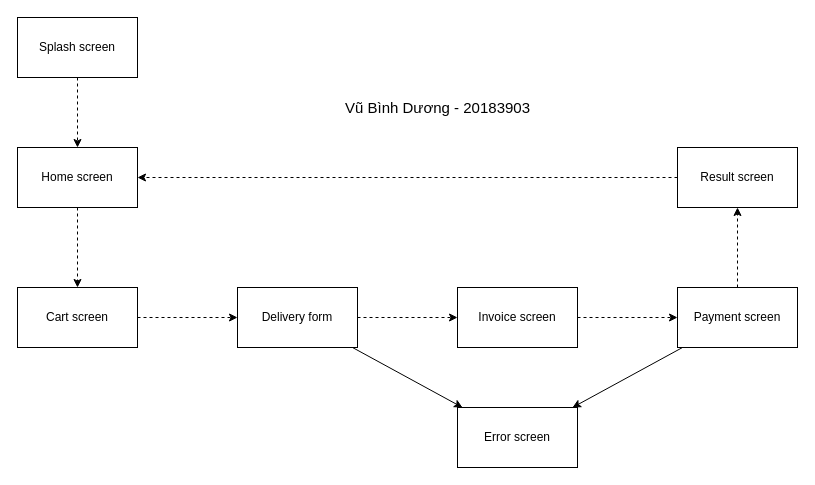
The draw.io diagram Report/B2/Sơ đồ chuyển màn hình.drawio in letterforyou26/AIMS_Project, before the edit. Source tidied: cells renumbered, new cells numbered last; positions are measured from the earlier drawing's top-left corner, leaving out a move shared by most shapes. Both pictures are drawn from the tidied source at 100%, with x=0, y=0 at pixel (17, 17).
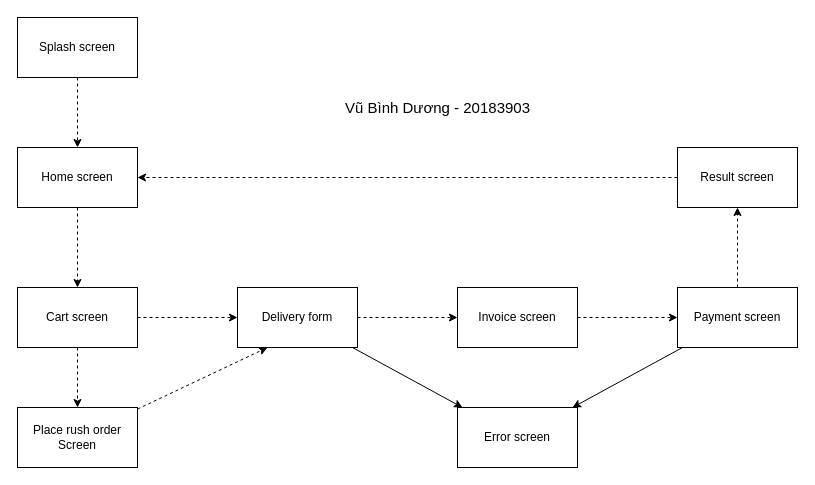
The same diagram, later.

Unchanged cells that the change refers to:
```xml
<mxCell id="6" value="Cart screen" style="rounded=0;whiteSpace=wrap;html=1;" parent="1" vertex="1">
  <mxGeometry y="270" width="120" height="60" as="geometry" />
</mxCell>
<mxCell id="9" value="Delivery form" style="rounded=0;whiteSpace=wrap;html=1;" parent="1" vertex="1">
  <mxGeometry x="220" y="270" width="120" height="60" as="geometry" />
</mxCell>
```

Diff of the diagram source:
```diff
@@
+    <mxCell id="20" style="edgeStyle=orthogonalEdgeStyle;rounded=0;jettySize=auto;html=1;dashed=1;" parent="1" edge="1" source="6" target="22">
+      <mxGeometry relative="1" as="geometry" />
+    </mxCell>
@@
+    <mxCell id="21" style="rounded=0;jettySize=auto;html=1;entryX=0.25;entryY=1;entryDx=0;entryDy=0;dashed=1;" parent="1" edge="1" source="22" target="9">
+      <mxGeometry relative="1" as="geometry" />
+    </mxCell>
+    <mxCell id="22" value="Place rush order Screen" style="rounded=0;whiteSpace=wrap;html=1;" parent="1" vertex="1">
+      <mxGeometry y="390" width="120" height="60" as="geometry" />
+    </mxCell>
```
